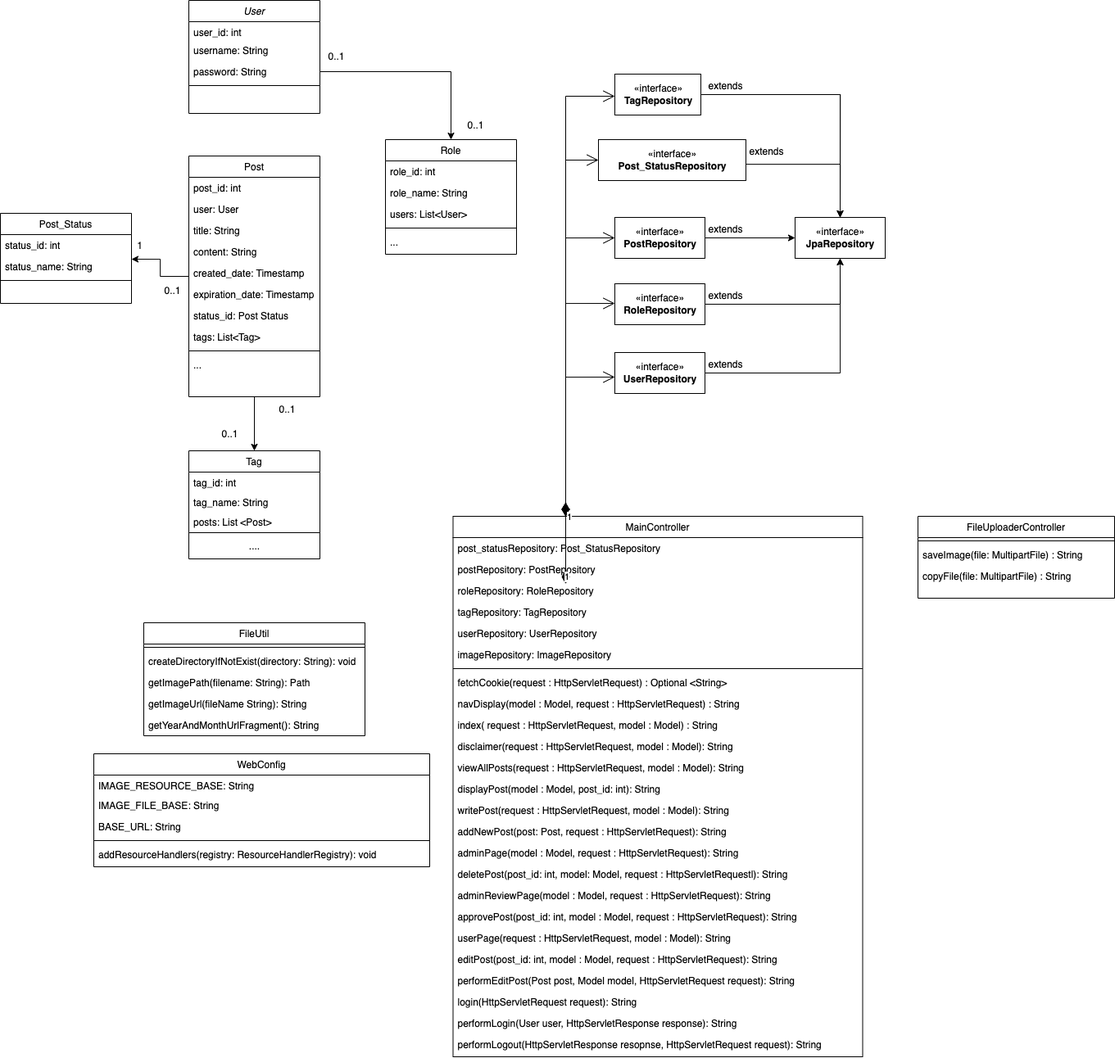
cbowe89/Blog keeps this draw.io diagram as Additional_Files/BlogCMS_ERD.drawio.png. Above is the earlier version. Source tidied: cells renumbered, new cells last; positions are measured from the earlier drawing's top-left corner, leaving out a move shared by most shapes.
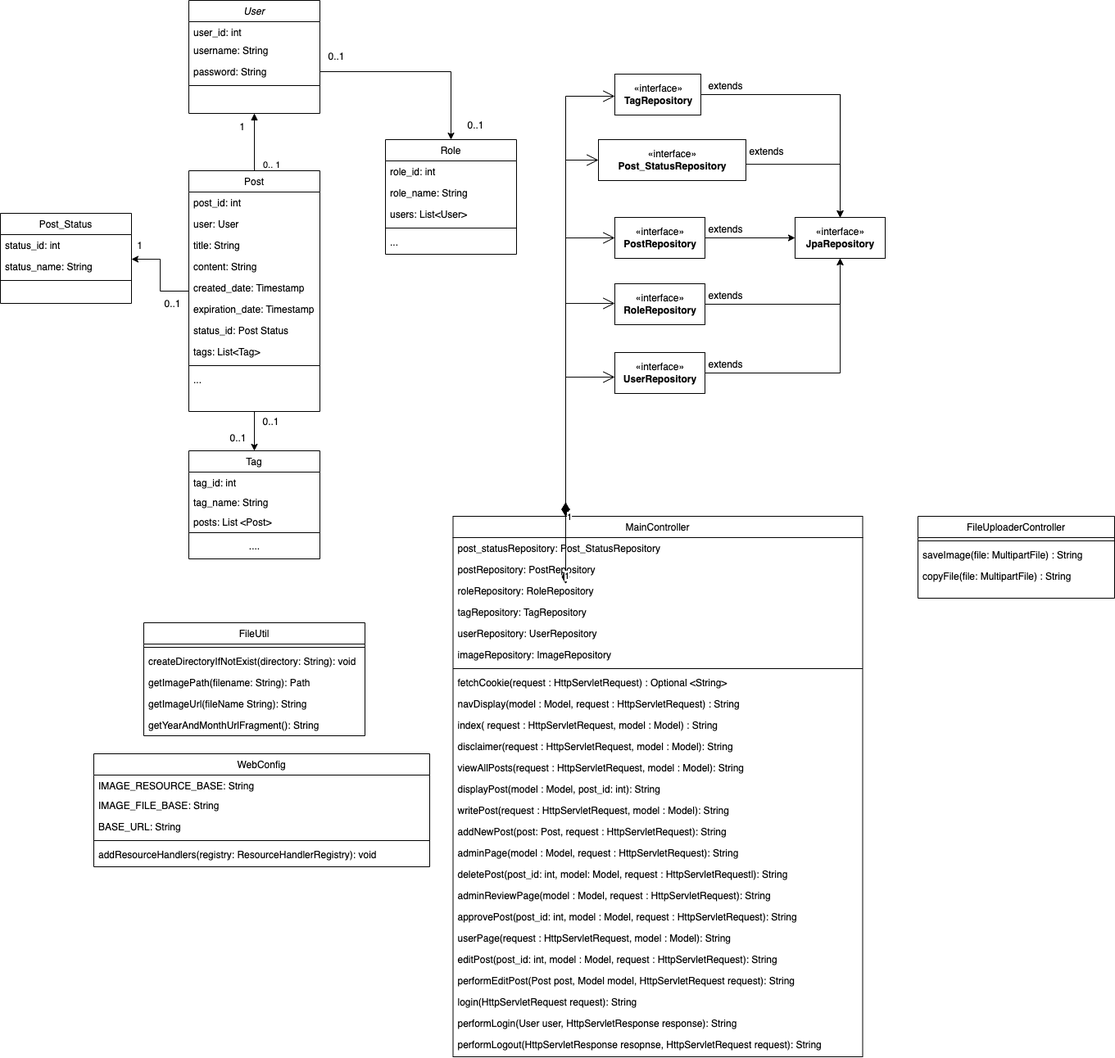
Later version of the same file.

Commit message:
Reupdated UML png + draw.io (realized there was a label missing)

Diff of the diagram source:
```diff
@@ -24,7 +24,7 @@
       <mxGeometry relative="1" as="geometry" />
     </mxCell>
     <mxCell id="9" value="Post" style="swimlane;fontStyle=0;align=center;verticalAlign=top;horizontal=1;startSize=26;rounded=0;shadow=0;strokeWidth=1;" parent="1" vertex="1">
-      <mxGeometry x="230" y="190" width="160" height="294" as="geometry" />
+      <mxGeometry x="230" y="208" width="160" height="294" as="geometry" />
     </mxCell>
     <mxCell id="10" value="post_id: int" style="text;align=left;verticalAlign=top;spacingLeft=4;spacingRight=4;overflow=hidden;" parent="9" vertex="1">
       <mxGeometry y="26" width="160" height="26" as="geometry" />
@@ -114,13 +114,13 @@
       <mxGeometry x="560" y="138" width="40" height="30" as="geometry" />
     </mxCell>
     <mxCell id="39" value="0..1" style="text;html=1;align=center;verticalAlign=middle;strokeColor=none;fillColor=none;" parent="1" vertex="1">
-      <mxGeometry x="330" y="485" width="40" height="30" as="geometry" />
+      <mxGeometry x="310" y="500" width="40" height="30" as="geometry" />
     </mxCell>
     <mxCell id="40" value="0..1" style="text;html=1;align=center;verticalAlign=middle;strokeColor=none;fillColor=none;" parent="1" vertex="1">
-      <mxGeometry x="260" y="515" width="40" height="30" as="geometry" />
+      <mxGeometry x="270" y="520" width="40" height="30" as="geometry" />
     </mxCell>
     <mxCell id="41" value="0..1" style="text;html=1;align=center;verticalAlign=middle;strokeColor=none;fillColor=none;" parent="1" vertex="1">
-      <mxGeometry x="190" y="340" width="40" height="30" as="geometry" />
+      <mxGeometry x="190" y="356" width="40" height="30" as="geometry" />
     </mxCell>
     <mxCell id="42" value="1" style="text;html=1;align=center;verticalAlign=middle;strokeColor=none;fillColor=none;" parent="1" vertex="1">
       <mxGeometry x="155" y="285" width="30" height="30" as="geometry" />
@@ -354,5 +354,16 @@
     <mxCell id="106" value="getYearAndMonthUrlFragment(): String" style="text;align=left;verticalAlign=top;spacingLeft=4;spacingRight=4;overflow=hidden;rounded=0;shadow=0;html=0;" parent="101" vertex="1">
       <mxGeometry y="112" width="270" height="26" as="geometry" />
     </mxCell>
+    <mxCell id="107" style="endArrow=block;endFill=1;html=1;edgeStyle=orthogonalEdgeStyle;align=left;verticalAlign=top;rounded=0;entryX=0.5;entryY=1;entryDx=0;entryDy=0;exitX=0.5;exitY=0;exitDx=0;exitDy=0;" parent="1" edge="1" source="9" target="2">
+      <mxGeometry x="-1" relative="1" as="geometry" />
+    </mxCell>
+    <mxCell id="108" value="0.. 1" style="edgeLabel;html=1;align=left;verticalAlign=bottom;" parent="107" vertex="1">
+      <mxGeometry x="-1" relative="1" as="geometry">
+        <mxPoint x="9" as="offset" />
+      </mxGeometry>
+    </mxCell>
+    <mxCell id="109" value="1" style="text;html=1;align=center;verticalAlign=middle;strokeColor=none;fillColor=none;" parent="1" vertex="1">
+      <mxGeometry x="280" y="140" width="30" height="30" as="geometry" />
+    </mxCell>
   </root>
 </mxGraphModel>
```
